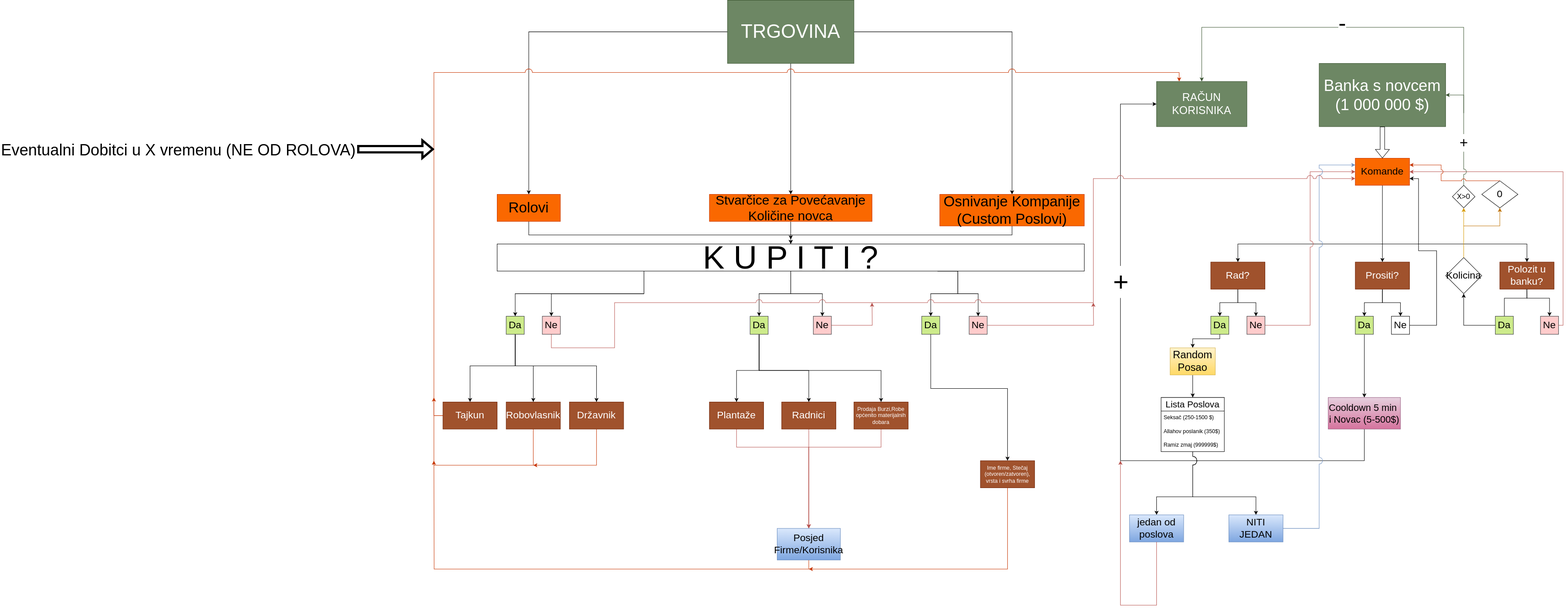
Above: Probna verzija ekonomije.svg in Marki2019/Calculator (draw.io), before the change. Source tidied: cells renumbered, new cells last; positions are measured from the earlier drawing's top-left corner, leaving out a move shared by most shapes.
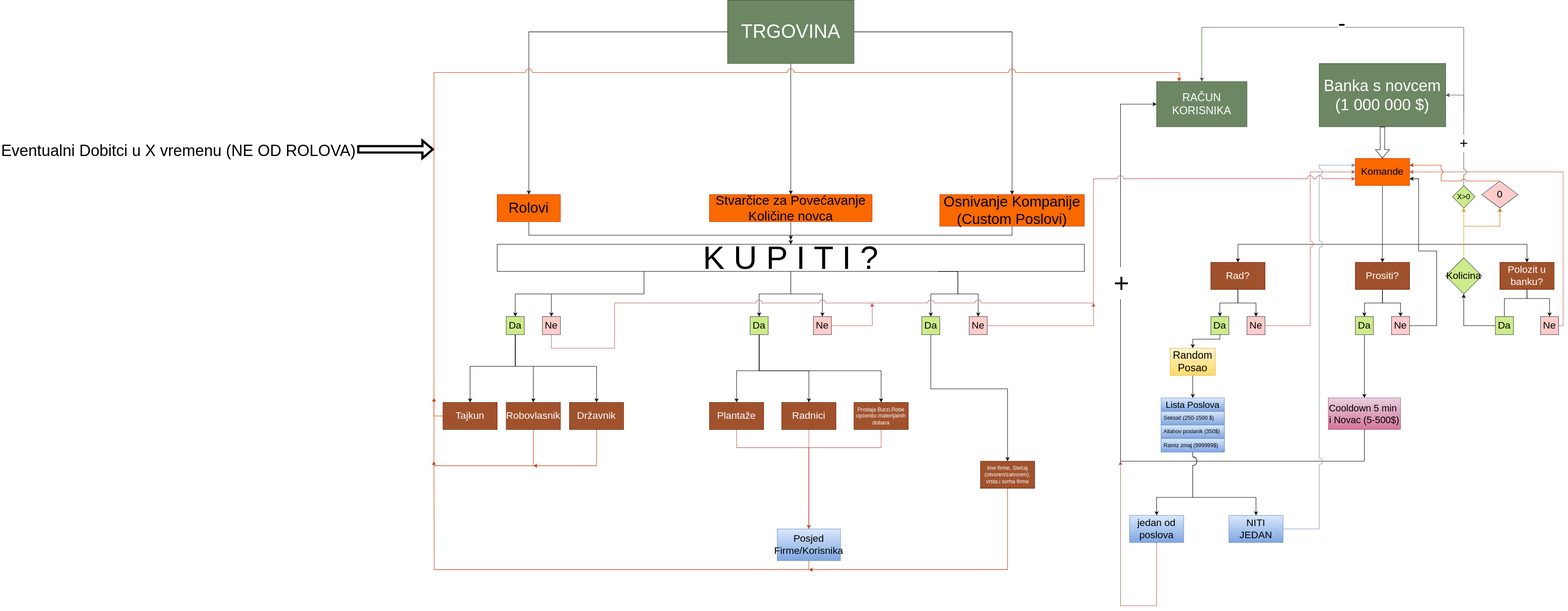
Later version of the same file.

What changed in the source:
```diff
@@ -91,7 +91,7 @@
         </Array>
       </mxGeometry>
     </mxCell>
-    <mxCell id="22" value="&lt;div style=&quot;font-size: 22px;&quot;&gt;Kolicina&lt;/div&gt;" style="rhombus;whiteSpace=wrap;html=1;fontSize=22;" parent="1" vertex="1">
+    <mxCell id="22" value="&lt;div style=&quot;font-size: 22px;&quot;&gt;Kolicina&lt;/div&gt;" style="rhombus;whiteSpace=wrap;html=1;fontSize=22;fillColor=#cdeb8b;strokeColor=#36393d;" parent="1" vertex="1">
       <mxGeometry x="2410" y="570" width="80" height="80" as="geometry" />
     </mxCell>
     <mxCell id="23" style="endArrow=classic;html=1;rounded=0;fillColor=#ffe6cc;strokeColor=#d79b00;exitX=0.5;exitY=0;exitDx=0;exitDy=0;edgeStyle=elbowEdgeStyle;" parent="1" edge="1" source="22">
@@ -107,10 +107,10 @@
         </Array>
       </mxGeometry>
     </mxCell>
-    <mxCell id="25" value="&lt;div style=&quot;font-size: 22px;&quot;&gt;0&lt;br style=&quot;font-size: 22px;&quot;&gt;&lt;/div&gt;" style="rhombus;whiteSpace=wrap;html=1;fontSize=22;" parent="1" vertex="1">
+    <mxCell id="25" value="&lt;div style=&quot;font-size: 22px;&quot;&gt;0&lt;br style=&quot;font-size: 22px;&quot;&gt;&lt;/div&gt;" style="rhombus;whiteSpace=wrap;html=1;fontSize=22;fillColor=#ffcccc;strokeColor=#36393d;" parent="1" vertex="1">
       <mxGeometry x="2490" y="400" width="80" height="60" as="geometry" />
     </mxCell>
-    <mxCell id="26" value="&lt;div style=&quot;font-size: 16px;&quot;&gt;X&amp;gt;0&lt;br style=&quot;font-size: 16px;&quot;&gt;&lt;/div&gt;" style="rhombus;whiteSpace=wrap;html=1;fontSize=16;" parent="1" vertex="1">
+    <mxCell id="26" value="&lt;div style=&quot;font-size: 16px;&quot;&gt;X&amp;gt;0&lt;br style=&quot;font-size: 16px;&quot;&gt;&lt;/div&gt;" style="rhombus;whiteSpace=wrap;html=1;fontSize=16;fillColor=#cdeb8b;strokeColor=#36393d;" parent="1" vertex="1">
       <mxGeometry x="2425" y="410" width="50" height="50" as="geometry" />
     </mxCell>
     <mxCell id="27" value="+" style="endArrow=classic;html=1;rounded=0;entryX=1;entryY=0.5;entryDx=0;entryDy=0;fontSize=32;align=center;fontColor=#000000;textDirection=ltr;textShadow=0;fillColor=#6d8764;strokeColor=#3A5431;jumpStyle=arc;jumpSize=12;" parent="1" edge="1" target="2">
@@ -146,7 +146,7 @@
         </Array>
       </mxGeometry>
     </mxCell>
-    <mxCell id="32" value="Ne" style="rounded=0;whiteSpace=wrap;html=1;fontSize=22;" parent="1" vertex="1">
+    <mxCell id="32" value="Ne" style="rounded=0;whiteSpace=wrap;html=1;fontSize=22;fillColor=#ffcccc;strokeColor=#36393d;" parent="1" vertex="1">
       <mxGeometry x="2290" y="700" width="40" height="40" as="geometry" />
     </mxCell>
     <mxCell id="33" value="-" style="endArrow=classic;html=1;rounded=0;entryX=0.5;entryY=0;entryDx=0;entryDy=0;strokeWidth=1;fontSize=50;fillColor=#6d8764;strokeColor=#3A5431;" parent="1" edge="1" target="20">
@@ -200,10 +200,10 @@
         </Array>
       </mxGeometry>
     </mxCell>
-    <mxCell id="42" value="&lt;div style=&quot;font-size: 20px;&quot;&gt;Lista Poslova&lt;/div&gt;" style="swimlane;fontStyle=0;horizontal=1;startSize=30;whiteSpace=wrap;html=1;fontSize=20;" parent="1" vertex="1">
+    <mxCell id="42" value="&lt;div style=&quot;font-size: 20px;&quot;&gt;Lista Poslova&lt;/div&gt;" style="swimlane;fontStyle=0;horizontal=1;startSize=30;whiteSpace=wrap;html=1;fontSize=20;fillColor=#dae8fc;gradientColor=#7ea6e0;strokeColor=#6c8ebf;" parent="1" vertex="1">
       <mxGeometry x="1780" y="880" width="140" height="120" as="geometry" />
     </mxCell>
-    <mxCell id="43" value="&lt;div style=&quot;font-size: 12px;&quot;&gt;Seksač (250-1500 $)&lt;/div&gt;" style="text;strokeColor=none;fillColor=none;align=left;verticalAlign=middle;spacingLeft=4;spacingRight=4;overflow=hidden;whiteSpace=wrap;html=1;fontSize=12;fontStyle=0;" parent="42" vertex="1">
+    <mxCell id="43" value="&lt;div style=&quot;font-size: 12px;&quot;&gt;Seksač (250-1500 $)&lt;/div&gt;" style="text;strokeColor=#6c8ebf;fillColor=#dae8fc;align=left;verticalAlign=middle;spacingLeft=4;spacingRight=4;overflow=hidden;whiteSpace=wrap;html=1;fontSize=12;fontStyle=0;gradientColor=#7ea6e0;" parent="42" vertex="1">
       <mxGeometry y="30" width="140" height="30" as="geometry" />
     </mxCell>
     <mxCell id="44" style="endArrow=classic;html=1;rounded=0;jumpStyle=arc;jumpSize=19;" parent="42" edge="1">
@@ -216,10 +216,10 @@
         </Array>
       </mxGeometry>
     </mxCell>
-    <mxCell id="45" value="Allahov poslanik (350$)" style="text;strokeColor=none;fillColor=none;align=left;verticalAlign=middle;spacingLeft=4;spacingRight=4;overflow=hidden;whiteSpace=wrap;html=1;fontSize=12;fontStyle=0;" parent="42" vertex="1">
+    <mxCell id="45" value="Allahov poslanik (350$)" style="text;strokeColor=#6c8ebf;fillColor=#dae8fc;align=left;verticalAlign=middle;spacingLeft=4;spacingRight=4;overflow=hidden;whiteSpace=wrap;html=1;fontSize=12;fontStyle=0;gradientColor=#7ea6e0;" parent="42" vertex="1">
       <mxGeometry y="60" width="140" height="30" as="geometry" />
     </mxCell>
-    <mxCell id="46" value="Ramiz zmaj (999999$)" style="text;strokeColor=none;fillColor=none;align=left;verticalAlign=middle;spacingLeft=4;spacingRight=4;overflow=hidden;whiteSpace=wrap;html=1;fontSize=12;fontStyle=0;" parent="42" vertex="1">
+    <mxCell id="46" value="Ramiz zmaj (999999$)" style="text;strokeColor=#6c8ebf;fillColor=#dae8fc;align=left;verticalAlign=middle;spacingLeft=4;spacingRight=4;overflow=hidden;whiteSpace=wrap;html=1;fontSize=12;fontStyle=0;gradientColor=#7ea6e0;" parent="42" vertex="1">
       <mxGeometry y="90" width="140" height="30" as="geometry" />
     </mxCell>
     <mxCell id="47" style="edgeStyle=orthogonalEdgeStyle;rounded=0;jettySize=auto;html=1;entryX=0.5;entryY=0;entryDx=0;entryDy=0;" parent="1" edge="1" source="48" target="42">
@@ -328,7 +328,7 @@
         </Array>
       </mxGeometry>
     </mxCell>
-    <mxCell id="70" value="&lt;font style=&quot;font-size: 35px;&quot;&gt;Eventualni Dobitci u X vremenu (NE OD ROLOVA)&lt;br style=&quot;font-size: 35px;&quot;&gt;&lt;/font&gt;" style="edgeLabel;html=1;align=left;verticalAlign=middle;labelPosition=right;verticalLabelPosition=middle;horizontal=1;fontSize=35;" parent="69" vertex="1">
+    <mxCell id="70" value="&lt;font style=&quot;font-size: 35px;&quot;&gt;Eventualni Dobitci u X vremenu (NE OD ROLOVA)&lt;br style=&quot;font-size: 35px;&quot;&gt;&lt;/font&gt;" style="edgeLabel;html=1;align=left;verticalAlign=middle;labelPosition=right;verticalLabelPosition=middle;horizontal=1;fontSize=35;labelBackgroundColor=none;" parent="69" vertex="1">
       <mxGeometry x="-0.75" y="5" relative="1" as="geometry">
         <mxPoint x="-955" y="-303" as="offset" />
       </mxGeometry>
@@ -389,7 +389,7 @@
     <mxCell id="81" style="edgeStyle=orthogonalEdgeStyle;rounded=0;jettySize=auto;html=1;exitX=0.25;exitY=1;exitDx=0;exitDy=0;entryX=0.5;entryY=0;entryDx=0;entryDy=0;" parent="1" edge="1" source="82" target="98">
       <mxGeometry relative="1" as="geometry" />
     </mxCell>
-    <mxCell id="82" value="K U P I T I ?" style="rounded=0;whiteSpace=wrap;html=1;fontSize=72;" parent="1" vertex="1">
+    <mxCell id="82" value="K U P I T I ?" style="rounded=0;whiteSpace=wrap;html=1;fontSize=72;labelBackgroundColor=none;fillColor=none;" parent="1" vertex="1">
       <mxGeometry x="310" y="540" width="1300" height="60" as="geometry" />
     </mxCell>
     <mxCell id="83" style="edgeStyle=orthogonalEdgeStyle;rounded=0;jettySize=auto;html=1;" parent="1" edge="1" source="84">
```
